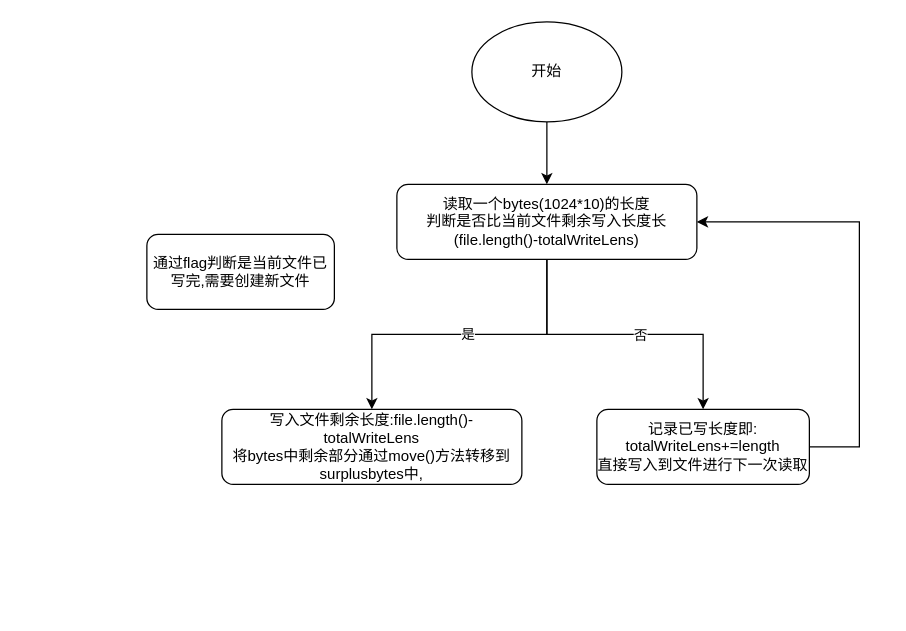
The draw.io diagram FileTransfer.drawio in bird1225/draw, before the edit. Source tidied: cells renumbered, new cells numbered last; positions are measured from the earlier drawing's top-left corner, leaving out a move shared by most shapes. Both pictures are drawn from the tidied source at 125%, with x=0, y=0 at pixel (146, 21).
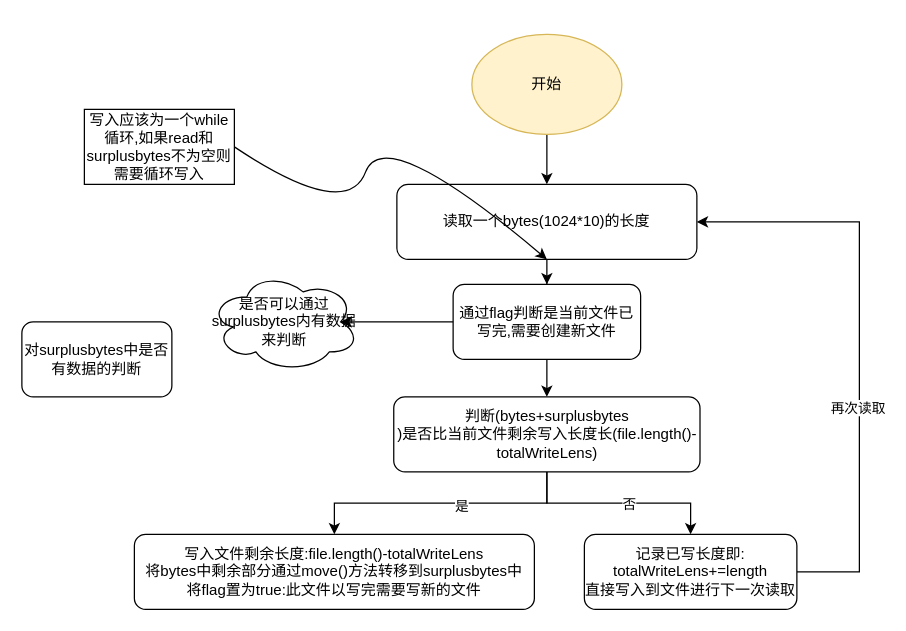
Above is the later version.

Change to the diagram source:
```diff
@@
+    <mxCell id="13" style="edgeStyle=orthogonalEdgeStyle;rounded=0;jettySize=auto;html=1;verticalAlign=middle;entryX=0.875;entryY=0.5;entryDx=0;entryDy=0;entryPerimeter=0;" parent="1" edge="1" source="12" target="20">
+      <mxGeometry relative="1" as="geometry" />
+    </mxCell>
+    <mxCell id="12" value="通过flag判断是当前文件已写完,需要创建新文件" style="rounded=1;whiteSpace=wrap;html=1;fillColor=none;direction=east;" parent="1" vertex="1">
+      <mxGeometry x="245" y="210" width="150" height="60" as="geometry" />
+    </mxCell>
@@
-    <mxCell id="3" value="开始" style="ellipse;whiteSpace=wrap;html=1;" parent="1" vertex="1">
-      <mxGeometry x="260" width="120" height="80" as="geometry" />
+    <mxCell id="3" value="开始" style="ellipse;whiteSpace=wrap;html=1;fillColor=#fff2cc;strokeColor=#d6b656;" parent="1" vertex="1">
+      <mxGeometry x="260" y="10" width="120" height="80" as="geometry" />
     </mxCell>
-    <mxCell id="4" style="edgeStyle=orthogonalEdgeStyle;rounded=0;jettySize=auto;html=1;entryX=0.5;entryY=0;entryDx=0;entryDy=0;verticalAlign=middle;" parent="1" edge="1" source="8" target="9">
-      <mxGeometry relative="1" as="geometry" />
-    </mxCell>
-    <mxCell id="5" value="是" style="edgeLabel;html=1;align=center;verticalAlign=middle;" parent="4" vertex="1">
-      <mxGeometry x="-0.25" y="-1" relative="1" as="geometry">
-        <mxPoint x="-26" as="offset" />
-      </mxGeometry>
-    </mxCell>
-    <mxCell id="6" style="edgeStyle=orthogonalEdgeStyle;rounded=0;jettySize=auto;html=1;verticalAlign=middle;entryX=0.5;entryY=0;entryDx=0;entryDy=0;" parent="1" edge="1" source="8" target="11">
+    <mxCell id="6" style="edgeStyle=orthogonalEdgeStyle;rounded=0;jettySize=auto;html=1;verticalAlign=middle;entryX=0.5;entryY=0;entryDx=0;entryDy=0;exitX=0.5;exitY=1;exitDx=0;exitDy=0;" parent="1" edge="1" source="18" target="11">
       <mxGeometry relative="1" as="geometry" />
     </mxCell>
@@
+    <mxCell id="14" style="edgeStyle=orthogonalEdgeStyle;rounded=0;jettySize=auto;html=1;entryX=0.5;entryY=0;entryDx=0;entryDy=0;verticalAlign=middle;" parent="1" edge="1" source="8" target="12">
+      <mxGeometry relative="1" as="geometry" />
+    </mxCell>
-    <mxCell id="8" value="读取一个bytes(1024*10)的长度&lt;br&gt;判断是否比当前文件剩余写入长度长(file.length()-totalWriteLens)" style="rounded=1;whiteSpace=wrap;html=1;" parent="1" vertex="1">
+    <mxCell id="8" value="读取一个bytes(1024*10)的长度" style="rounded=1;whiteSpace=wrap;html=1;" parent="1" vertex="1">
       <mxGeometry x="200" y="130" width="240" height="60" as="geometry" />
     </mxCell>
-    <mxCell id="9" value="写入文件剩余长度:file.length()-totalWriteLens&lt;br&gt;将bytes中剩余部分通过move()方法转移到surplusbytes中," style="rounded=1;whiteSpace=wrap;html=1;" parent="1" vertex="1">
-      <mxGeometry x="60" y="310" width="240" height="60" as="geometry" />
+    <mxCell id="9" value="写入文件剩余长度:file.length()-totalWriteLens&lt;br&gt;将bytes中剩余部分通过move()方法转移到surplusbytes中&lt;br&gt;将flag置为true:此文件以写完需要写新的文件" style="rounded=1;whiteSpace=wrap;html=1;" parent="1" vertex="1">
+      <mxGeometry x="-10" y="410" width="320" height="60" as="geometry" />
     </mxCell>
     <mxCell id="10" style="edgeStyle=orthogonalEdgeStyle;rounded=0;jettySize=auto;html=1;entryX=1;entryY=0.5;entryDx=0;entryDy=0;verticalAlign=middle;" parent="1" edge="1" source="11" target="8">
       <mxGeometry relative="1" as="geometry">
         <Array as="points">
-          <mxPoint x="570" y="340" />
+          <mxPoint x="570" y="440" />
           <mxPoint x="570" y="160" />
         </Array>
       </mxGeometry>
     </mxCell>
+    <mxCell id="15" value="再次读取" style="edgeLabel;html=1;align=center;verticalAlign=middle;" parent="10" vertex="1">
+      <mxGeometry x="-0.21" y="2" relative="1" as="geometry" />
+    </mxCell>
     <mxCell id="11" value="记录已写长度即:&lt;br&gt;totalWriteLens+=length&lt;br&gt;直接写入到文件进行下一次读取" style="rounded=1;whiteSpace=wrap;html=1;" parent="1" vertex="1">
-      <mxGeometry x="360" y="310" width="170" height="60" as="geometry" />
+      <mxGeometry x="350" y="410" width="170" height="60" as="geometry" />
     </mxCell>
-    <mxCell id="12" value="通过flag判断是当前文件已写完,需要创建新文件" style="rounded=1;whiteSpace=wrap;html=1;" parent="1" vertex="1">
-      <mxGeometry y="170" width="150" height="60" as="geometry" />
-    </mxCell>
+    <mxCell id="16" style="edgeStyle=orthogonalEdgeStyle;rounded=0;jettySize=auto;html=1;entryX=0.5;entryY=0;entryDx=0;entryDy=0;verticalAlign=middle;" parent="1" edge="1" source="12" target="18">
+      <mxGeometry relative="1" as="geometry" />
+    </mxCell>
+    <mxCell id="17" style="edgeStyle=orthogonalEdgeStyle;rounded=0;jettySize=auto;html=1;entryX=0.5;entryY=0;entryDx=0;entryDy=0;verticalAlign=middle;" parent="1" edge="1" source="18" target="9">
+      <mxGeometry relative="1" as="geometry" />
+    </mxCell>
+    <mxCell id="5" value="是" style="edgeLabel;html=1;align=center;verticalAlign=middle;" parent="17" vertex="1">
+      <mxGeometry x="-0.15" y="2" relative="1" as="geometry" />
+    </mxCell>
+    <mxCell id="18" value="&lt;span&gt;判断(bytes+&lt;/span&gt;surplusbytes&lt;span&gt;&lt;br&gt;)是否比当前文件剩余写入长度长(file.length()-totalWriteLens)&lt;/span&gt;" style="rounded=1;whiteSpace=wrap;html=1;" parent="1" vertex="1">
+      <mxGeometry x="197.5" y="300" width="245" height="60" as="geometry" />
+    </mxCell>
+    <mxCell id="19" value="&lt;span&gt;对surplusbytes中是否有数据的判断&lt;br&gt;&lt;/span&gt;" style="rounded=1;whiteSpace=wrap;html=1;" parent="1" vertex="1">
+      <mxGeometry x="-100" y="240" width="120" height="60" as="geometry" />
+    </mxCell>
+    <mxCell id="20" value="是否可以通过surplusbytes内有数据来判断" style="ellipse;shape=cloud;whiteSpace=wrap;html=1;" parent="1" vertex="1">
+      <mxGeometry x="50" y="200" width="120" height="80" as="geometry" />
+    </mxCell>
+    <mxCell id="21" value="&lt;span&gt;写入应该为一个while循环,如果read和&lt;/span&gt;surplusbytes&lt;span&gt;不为空则需要循环写入&lt;/span&gt;" style="rounded=0;whiteSpace=wrap;html=1;" parent="1" vertex="1">
+      <mxGeometry x="-50" y="70" width="120" height="60" as="geometry" />
+    </mxCell>
+    <mxCell id="22" style="curved=1;endArrow=classic;html=1;verticalAlign=middle;exitX=1;exitY=0.5;exitDx=0;exitDy=0;" parent="1" edge="1" source="21">
+      <mxGeometry relative="1" as="geometry">
+        <mxPoint x="320" y="190" as="targetPoint" />
+        <Array as="points">
+          <mxPoint x="160" y="160" />
+          <mxPoint x="190" y="80" />
+        </Array>
+      </mxGeometry>
+    </mxCell>
```
